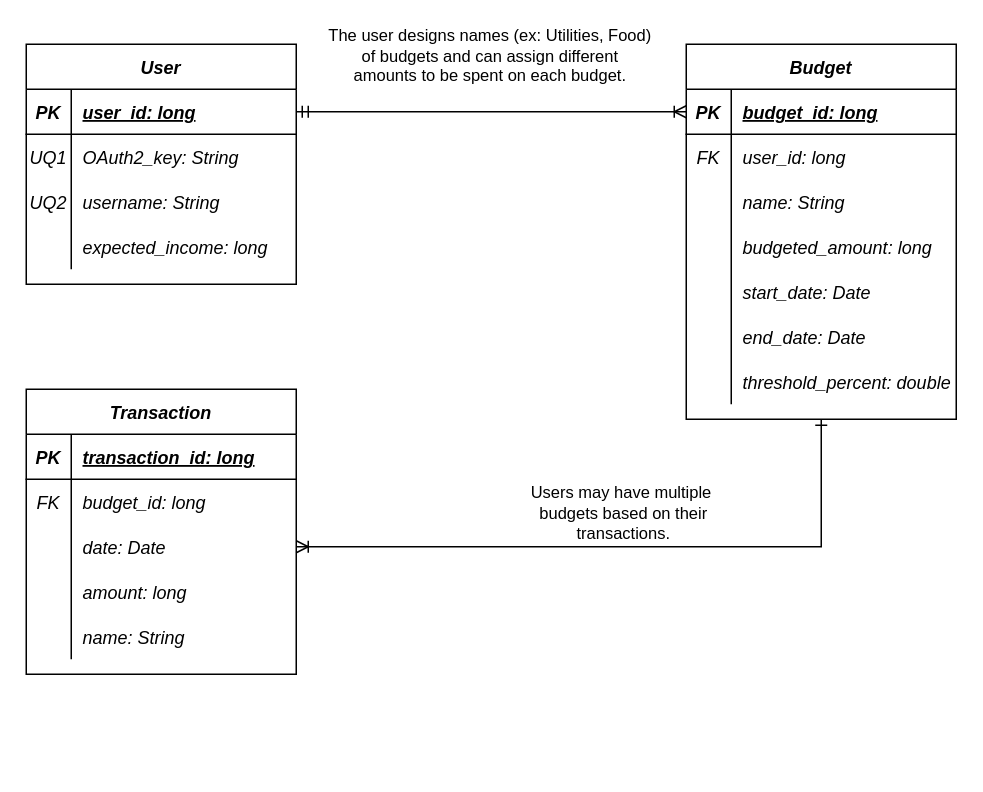
This is docs/shared-saves/entity-relationships.drawio from budget-manager/budget-manager.github.io, a draw.io file, before an edit. Source tidied: cells renumbered, new cells numbered last; positions are measured from the earlier drawing's top-left corner, leaving out a move shared by most shapes. Both pictures are drawn from the tidied source at 150%, with x=0, y=0 at pixel (26, 44).
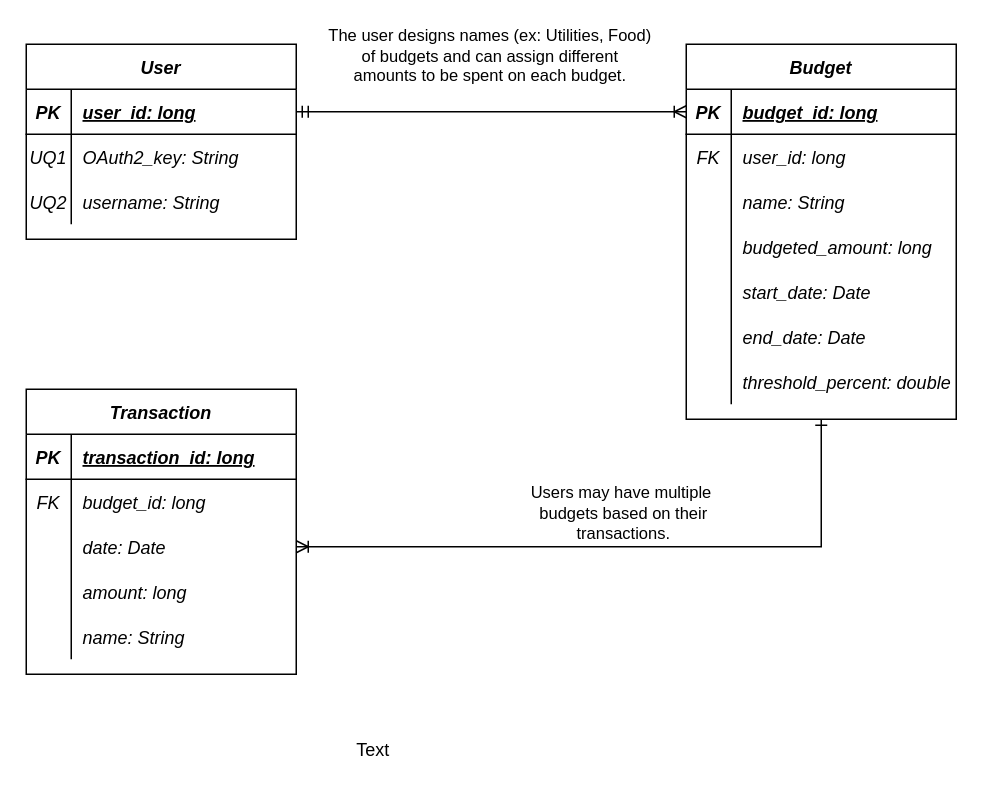
The same page after the edit.

Commit message (it also covers changes not shown here):
entity relationships updated

The edit, as a diff of the source:
```diff
@@
     <mxCell id="2" value="User" style="shape=table;startSize=30;childLayout=tableLayout;rowLines=0;fontStyle=3;align=center;" parent="1" vertex="1">
-      <mxGeometry width="180" height="160" as="geometry" />
+      <mxGeometry width="180" height="130" as="geometry" />
     </mxCell>
@@
-    <mxCell id="12" style="shape=partialRectangle;fillColor=none;top=0;left=0;bottom=0;right=0;fontStyle=2;" parent="2" vertex="1">
-      <mxGeometry y="120" width="180" height="30" as="geometry" />
-    </mxCell>
-    <mxCell id="13" style="shape=partialRectangle;fillColor=none;top=0;left=0;bottom=0;right=0;overflow=hidden;fontStyle=2;" parent="12" vertex="1">
-      <mxGeometry width="30" height="30" as="geometry" />
-    </mxCell>
-    <mxCell id="14" value="expected_income: long" style="shape=partialRectangle;fillColor=none;top=0;left=0;bottom=0;right=0;align=left;spacingLeft=6;overflow=hidden;fontStyle=2;" parent="12" vertex="1">
-      <mxGeometry x="30" width="150" height="30" as="geometry" />
-    </mxCell>
@@
+    <mxCell id="55" value="Text" style="text;html=1;align=center;verticalAlign=middle;" parent="1" vertex="1">
+      <mxGeometry x="211" y="461" width="40" height="20" as="geometry" />
+    </mxCell>
```
